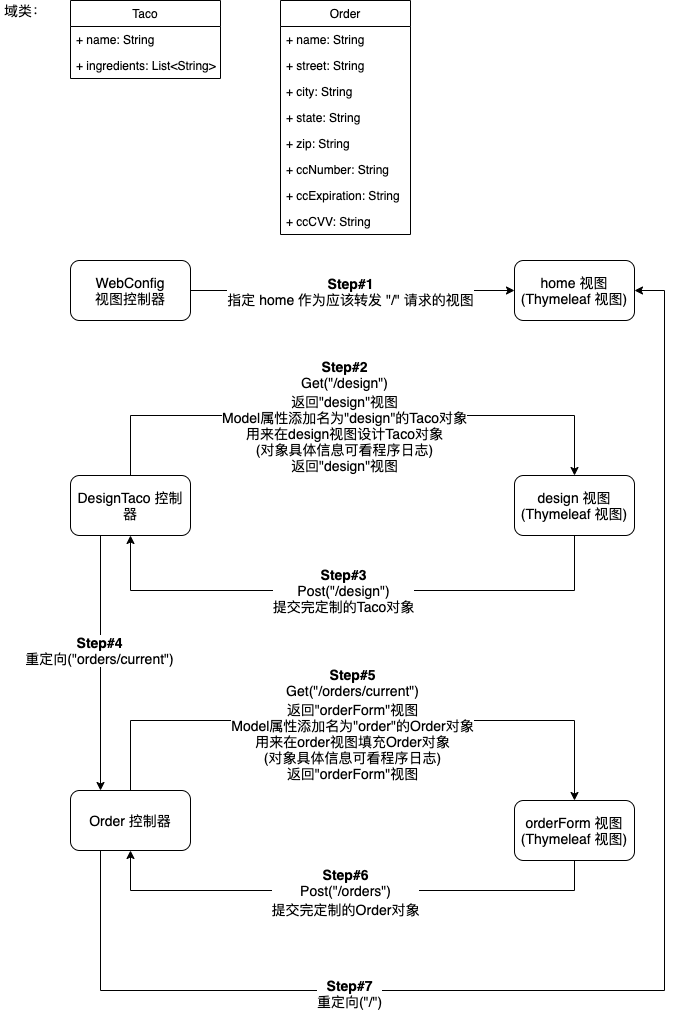
This is pic/flow_chart_v1.png from LilithCoder/taco-cloud, a draw.io export, as it was before one commit. Source tidied: cells renumbered, new cells last; positions are measured from the earlier drawing's top-left corner, leaving out a move shared by most shapes. Its diagram source:
```xml
<mxGraphModel>
  <root>
    <mxCell id="0" />
    <mxCell id="1" parent="0" />
    <mxCell id="2" value="Order" style="swimlane;fontStyle=0;horizontal=1;startSize=26;fillColor=none;" parent="1" vertex="1">
      <mxGeometry x="280" width="130" height="234" as="geometry" />
    </mxCell>
    <mxCell id="3" value="+ name: String" style="text;strokeColor=none;fillColor=none;align=left;verticalAlign=top;spacingLeft=4;spacingRight=4;overflow=hidden;" parent="2" vertex="1">
      <mxGeometry y="26" width="130" height="26" as="geometry" />
    </mxCell>
    <mxCell id="4" value="+ street: String" style="text;strokeColor=none;fillColor=none;align=left;verticalAlign=top;spacingLeft=4;spacingRight=4;overflow=hidden;" parent="2" vertex="1">
      <mxGeometry y="52" width="130" height="26" as="geometry" />
    </mxCell>
    <mxCell id="5" value="+ city: String" style="text;strokeColor=none;fillColor=none;align=left;verticalAlign=top;spacingLeft=4;spacingRight=4;overflow=hidden;" parent="2" vertex="1">
      <mxGeometry y="78" width="130" height="26" as="geometry" />
    </mxCell>
    <mxCell id="6" value="+ state: String" style="text;strokeColor=none;fillColor=none;align=left;verticalAlign=top;spacingLeft=4;spacingRight=4;overflow=hidden;" parent="2" vertex="1">
      <mxGeometry y="104" width="130" height="26" as="geometry" />
    </mxCell>
    <mxCell id="7" value="+ zip: String" style="text;strokeColor=none;fillColor=none;align=left;verticalAlign=top;spacingLeft=4;spacingRight=4;overflow=hidden;" parent="2" vertex="1">
      <mxGeometry y="130" width="130" height="26" as="geometry" />
    </mxCell>
    <mxCell id="8" value="+ ccNumber: String" style="text;strokeColor=none;fillColor=none;align=left;verticalAlign=top;spacingLeft=4;spacingRight=4;overflow=hidden;" parent="2" vertex="1">
      <mxGeometry y="156" width="130" height="26" as="geometry" />
    </mxCell>
    <mxCell id="9" value="+ ccExpiration: String" style="text;strokeColor=none;fillColor=none;align=left;verticalAlign=top;spacingLeft=4;spacingRight=4;overflow=hidden;" parent="2" vertex="1">
      <mxGeometry y="182" width="130" height="26" as="geometry" />
    </mxCell>
    <mxCell id="10" value="+ ccCVV: String" style="text;strokeColor=none;fillColor=none;align=left;verticalAlign=top;spacingLeft=4;spacingRight=4;overflow=hidden;" parent="2" vertex="1">
      <mxGeometry y="208" width="130" height="26" as="geometry" />
    </mxCell>
    <mxCell id="11" value="Taco" style="swimlane;fontStyle=0;horizontal=1;startSize=26;fillColor=none;" parent="1" vertex="1">
      <mxGeometry x="70" width="150" height="78" as="geometry" />
    </mxCell>
    <mxCell id="12" value="+ name: String" style="text;strokeColor=none;fillColor=none;align=left;verticalAlign=top;spacingLeft=4;spacingRight=4;overflow=hidden;" parent="11" vertex="1">
      <mxGeometry y="26" width="150" height="26" as="geometry" />
    </mxCell>
    <mxCell id="13" value="+ ingredients: List&lt;String&gt;" style="text;strokeColor=none;fillColor=none;align=left;verticalAlign=top;spacingLeft=4;spacingRight=4;overflow=hidden;" parent="11" vertex="1">
      <mxGeometry y="52" width="150" height="26" as="geometry" />
    </mxCell>
    <mxCell id="14" value="&lt;font style=&quot;font-size: 14px&quot;&gt;域类：&lt;/font&gt;" style="text;html=1;strokeColor=none;fillColor=none;align=center;verticalAlign=middle;whiteSpace=wrap;rounded=0;" parent="1" vertex="1">
      <mxGeometry width="50" height="20" as="geometry" />
    </mxCell>
    <mxCell id="15" style="edgeStyle=orthogonalEdgeStyle;rounded=0;jettySize=auto;html=1;exitX=1;exitY=0.5;exitDx=0;exitDy=0;entryX=0;entryY=0.5;entryDx=0;entryDy=0;" parent="1" edge="1" source="17" target="18">
      <mxGeometry relative="1" as="geometry" />
    </mxCell>
    <mxCell id="16" value="&lt;font&gt;&lt;b style=&quot;font-size: 14px&quot;&gt;Step#1&lt;/b&gt;&lt;br&gt;&lt;span style=&quot;font-size: 14px&quot;&gt;指定 home 作为应该转发 &quot;/&quot; 请求的视图&lt;/span&gt;&lt;br&gt;&lt;/font&gt;" style="edgeLabel;html=1;align=center;verticalAlign=middle;" parent="15" vertex="1">
      <mxGeometry x="-0.02" y="-1" relative="1" as="geometry">
        <mxPoint y="-1" as="offset" />
      </mxGeometry>
    </mxCell>
    <mxCell id="17" value="&lt;font style=&quot;font-size: 14px&quot;&gt;WebConfig&lt;br&gt;视图控制器&lt;/font&gt;" style="rounded=1;whiteSpace=wrap;html=1;" parent="1" vertex="1">
      <mxGeometry x="70" y="260" width="120" height="60" as="geometry" />
    </mxCell>
    <mxCell id="18" value="&lt;font style=&quot;font-size: 14px&quot;&gt;home 视图&lt;br&gt;(&lt;span&gt;Thymeleaf 视图&lt;/span&gt;)&lt;/font&gt;" style="rounded=1;whiteSpace=wrap;html=1;" parent="1" vertex="1">
      <mxGeometry x="514" y="260" width="120" height="60" as="geometry" />
    </mxCell>
    <mxCell id="19" style="edgeStyle=orthogonalEdgeStyle;rounded=0;jettySize=auto;html=1;exitX=0.5;exitY=0;exitDx=0;exitDy=0;entryX=0.5;entryY=0;entryDx=0;entryDy=0;" parent="1" edge="1" source="23" target="26">
      <mxGeometry relative="1" as="geometry">
        <Array as="points">
          <mxPoint x="130" y="415" />
          <mxPoint x="574" y="415" />
        </Array>
      </mxGeometry>
    </mxCell>
    <mxCell id="20" value="&lt;span style=&quot;font-size: 14px&quot;&gt;&lt;b&gt;Step#2&lt;/b&gt;&lt;br&gt;Get(&quot;/design&quot;)&lt;/span&gt;&lt;br style=&quot;font-size: 14px&quot;&gt;&lt;span style=&quot;font-size: 14px&quot;&gt;返回&quot;design&quot;视图&lt;br&gt;Model属性添加名为&quot;design&quot;的Taco对象&lt;br&gt;用来在design视图设计Taco对象&lt;br&gt;&lt;/span&gt;&lt;span style=&quot;font-size: 14px&quot;&gt;(对象具体信息可看程序日志)&lt;/span&gt;&lt;span style=&quot;font-size: 14px&quot;&gt;&lt;br&gt;&lt;/span&gt;&lt;span style=&quot;font-size: 14px&quot;&gt;返回&quot;design&quot;视图&lt;/span&gt;&lt;span style=&quot;font-size: 14px&quot;&gt;&lt;br&gt;&lt;/span&gt;" style="edgeLabel;html=1;align=center;verticalAlign=middle;" parent="19" vertex="1">
      <mxGeometry x="-0.16" relative="1" as="geometry">
        <mxPoint x="36" as="offset" />
      </mxGeometry>
    </mxCell>
    <mxCell id="21" style="edgeStyle=orthogonalEdgeStyle;rounded=0;jettySize=auto;html=1;exitX=0.25;exitY=1;exitDx=0;exitDy=0;entryX=0.25;entryY=0;entryDx=0;entryDy=0;" parent="1" edge="1" source="23" target="31">
      <mxGeometry relative="1" as="geometry" />
    </mxCell>
    <mxCell id="22" value="&lt;span style=&quot;font-size: 14px&quot;&gt;&lt;b&gt;Step#4&lt;/b&gt;&lt;br&gt;重定向(&quot;orders/current&quot;)&lt;/span&gt;" style="edgeLabel;html=1;align=center;verticalAlign=middle;" parent="21" vertex="1">
      <mxGeometry x="-0.11" y="-2" relative="1" as="geometry" />
    </mxCell>
    <mxCell id="23" value="&lt;font style=&quot;font-size: 14px&quot;&gt;DesignTaco 控制器&lt;/font&gt;" style="rounded=1;whiteSpace=wrap;html=1;" parent="1" vertex="1">
      <mxGeometry x="70" y="475" width="120" height="60" as="geometry" />
    </mxCell>
    <mxCell id="24" style="edgeStyle=orthogonalEdgeStyle;rounded=0;jettySize=auto;html=1;exitX=0.5;exitY=1;exitDx=0;exitDy=0;entryX=0.5;entryY=1;entryDx=0;entryDy=0;" parent="1" edge="1" source="26" target="23">
      <mxGeometry relative="1" as="geometry">
        <Array as="points">
          <mxPoint x="574" y="590" />
          <mxPoint x="130" y="590" />
        </Array>
      </mxGeometry>
    </mxCell>
    <mxCell id="25" value="&lt;font style=&quot;font-size: 14px&quot;&gt;&lt;b&gt;Step#3&lt;/b&gt;&lt;br&gt;Post(&quot;/design&quot;)&lt;br&gt;提交完定制的Taco对象&lt;br&gt;&lt;/font&gt;" style="edgeLabel;html=1;align=center;verticalAlign=middle;" parent="24" vertex="1">
      <mxGeometry x="0.04" y="-1" relative="1" as="geometry" />
    </mxCell>
    <mxCell id="26" value="&lt;font style=&quot;font-size: 14px&quot;&gt;design 视图&lt;br&gt;(&lt;span&gt;Thymeleaf 视图&lt;/span&gt;)&lt;/font&gt;" style="rounded=1;whiteSpace=wrap;html=1;" parent="1" vertex="1">
      <mxGeometry x="514" y="475" width="120" height="60" as="geometry" />
    </mxCell>
    <mxCell id="27" style="edgeStyle=orthogonalEdgeStyle;rounded=0;jettySize=auto;html=1;exitX=0.5;exitY=0;exitDx=0;exitDy=0;entryX=0.5;entryY=0;entryDx=0;entryDy=0;" parent="1" edge="1" source="31" target="34">
      <mxGeometry relative="1" as="geometry">
        <Array as="points">
          <mxPoint x="130" y="720" />
          <mxPoint x="574" y="720" />
        </Array>
      </mxGeometry>
    </mxCell>
    <mxCell id="28" value="&lt;span style=&quot;font-size: 14px&quot;&gt;&lt;b&gt;Step#5&lt;/b&gt;&lt;br&gt;Get(&quot;/orders/current&quot;)&lt;/span&gt;&lt;br style=&quot;font-size: 14px&quot;&gt;&lt;span style=&quot;font-size: 14px&quot;&gt;返回&quot;orderForm&quot;视图&lt;br&gt;Model属性添加名为&quot;order&quot;的Order对象&lt;br&gt;用来在order视图填充Order对象&lt;br&gt;(对象具体信息可看程序日志)&lt;br&gt;&lt;/span&gt;&lt;span style=&quot;font-size: 14px&quot;&gt;返回&quot;orderForm&quot;视图&lt;/span&gt;&lt;span style=&quot;font-size: 14px&quot;&gt;&lt;br&gt;&lt;/span&gt;" style="edgeLabel;html=1;align=center;verticalAlign=middle;" parent="27" vertex="1">
      <mxGeometry x="-0.09" y="-3" relative="1" as="geometry">
        <mxPoint x="22" as="offset" />
      </mxGeometry>
    </mxCell>
    <mxCell id="29" style="edgeStyle=orthogonalEdgeStyle;rounded=0;jettySize=auto;html=1;exitX=0.25;exitY=1;exitDx=0;exitDy=0;entryX=1;entryY=0.5;entryDx=0;entryDy=0;" parent="1" edge="1" source="31" target="18">
      <mxGeometry relative="1" as="geometry">
        <Array as="points">
          <mxPoint x="100" y="990" />
          <mxPoint x="664" y="990" />
          <mxPoint x="664" y="290" />
        </Array>
      </mxGeometry>
    </mxCell>
    <mxCell id="30" value="&lt;span style=&quot;font-size: 14px&quot;&gt;&lt;b&gt;Step#7&lt;/b&gt;&lt;br&gt;重定向(&quot;/&quot;)&lt;br&gt;&lt;/span&gt;" style="edgeLabel;html=1;align=center;verticalAlign=middle;" parent="29" vertex="1">
      <mxGeometry x="-0.34" y="-2" relative="1" as="geometry">
        <mxPoint x="-81.6" as="offset" />
      </mxGeometry>
    </mxCell>
    <mxCell id="31" value="&lt;font style=&quot;font-size: 14px&quot;&gt;Order 控制器&lt;/font&gt;" style="rounded=1;whiteSpace=wrap;html=1;" parent="1" vertex="1">
      <mxGeometry x="70" y="790" width="120" height="60" as="geometry" />
    </mxCell>
    <mxCell id="32" style="edgeStyle=orthogonalEdgeStyle;rounded=0;jettySize=auto;html=1;exitX=0.5;exitY=1;exitDx=0;exitDy=0;entryX=0.5;entryY=1;entryDx=0;entryDy=0;" parent="1" edge="1" source="34" target="31">
      <mxGeometry relative="1" as="geometry">
        <Array as="points">
          <mxPoint x="574" y="890" />
          <mxPoint x="130" y="890" />
        </Array>
      </mxGeometry>
    </mxCell>
    <mxCell id="33" value="&lt;span style=&quot;font-size: 14px&quot;&gt;&lt;b&gt;Step#6&lt;/b&gt;&lt;br&gt;Post(&quot;/orders&quot;)&lt;/span&gt;&lt;br style=&quot;font-size: 14px&quot;&gt;&lt;span style=&quot;font-size: 14px&quot;&gt;提交完定制的Order对象&lt;/span&gt;" style="edgeLabel;html=1;align=center;verticalAlign=middle;" parent="32" vertex="1">
      <mxGeometry x="0.01" y="1" relative="1" as="geometry" />
    </mxCell>
    <mxCell id="34" value="&lt;font style=&quot;font-size: 14px&quot;&gt;orderForm 视图&lt;br&gt;(&lt;span&gt;Thymeleaf 视图&lt;/span&gt;)&lt;/font&gt;" style="rounded=1;whiteSpace=wrap;html=1;" parent="1" vertex="1">
      <mxGeometry x="514" y="800" width="120" height="60" as="geometry" />
    </mxCell>
  </root>
</mxGraphModel>
```
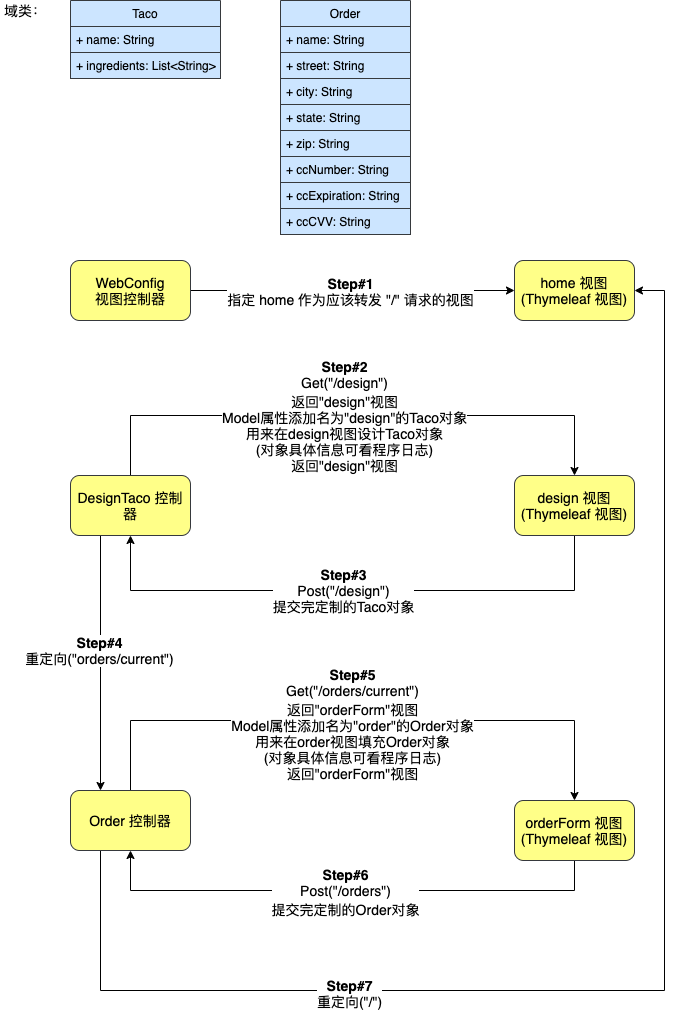
The same file after the commit.

Change to the diagram source:
```diff
@@ -2,40 +2,40 @@
   <root>
     <mxCell id="0" />
     <mxCell id="1" parent="0" />
-    <mxCell id="2" value="Order" style="swimlane;fontStyle=0;horizontal=1;startSize=26;fillColor=none;" parent="1" vertex="1">
+    <mxCell id="2" value="Order" style="swimlane;fontStyle=0;horizontal=1;startSize=26;fillColor=#cce5ff;strokeColor=#36393d;" parent="1" vertex="1">
       <mxGeometry x="280" width="130" height="234" as="geometry" />
     </mxCell>
-    <mxCell id="3" value="+ name: String" style="text;strokeColor=none;fillColor=none;align=left;verticalAlign=top;spacingLeft=4;spacingRight=4;overflow=hidden;" parent="2" vertex="1">
+    <mxCell id="3" value="+ name: String" style="text;strokeColor=#36393d;fillColor=#cce5ff;align=left;verticalAlign=top;spacingLeft=4;spacingRight=4;overflow=hidden;" parent="2" vertex="1">
       <mxGeometry y="26" width="130" height="26" as="geometry" />
     </mxCell>
-    <mxCell id="4" value="+ street: String" style="text;strokeColor=none;fillColor=none;align=left;verticalAlign=top;spacingLeft=4;spacingRight=4;overflow=hidden;" parent="2" vertex="1">
+    <mxCell id="4" value="+ street: String" style="text;strokeColor=#36393d;fillColor=#cce5ff;align=left;verticalAlign=top;spacingLeft=4;spacingRight=4;overflow=hidden;" parent="2" vertex="1">
       <mxGeometry y="52" width="130" height="26" as="geometry" />
     </mxCell>
-    <mxCell id="5" value="+ city: String" style="text;strokeColor=none;fillColor=none;align=left;verticalAlign=top;spacingLeft=4;spacingRight=4;overflow=hidden;" parent="2" vertex="1">
+    <mxCell id="5" value="+ city: String" style="text;strokeColor=#36393d;fillColor=#cce5ff;align=left;verticalAlign=top;spacingLeft=4;spacingRight=4;overflow=hidden;" parent="2" vertex="1">
       <mxGeometry y="78" width="130" height="26" as="geometry" />
     </mxCell>
-    <mxCell id="6" value="+ state: String" style="text;strokeColor=none;fillColor=none;align=left;verticalAlign=top;spacingLeft=4;spacingRight=4;overflow=hidden;" parent="2" vertex="1">
+    <mxCell id="6" value="+ state: String" style="text;strokeColor=#36393d;fillColor=#cce5ff;align=left;verticalAlign=top;spacingLeft=4;spacingRight=4;overflow=hidden;" parent="2" vertex="1">
       <mxGeometry y="104" width="130" height="26" as="geometry" />
     </mxCell>
-    <mxCell id="7" value="+ zip: String" style="text;strokeColor=none;fillColor=none;align=left;verticalAlign=top;spacingLeft=4;spacingRight=4;overflow=hidden;" parent="2" vertex="1">
+    <mxCell id="7" value="+ zip: String" style="text;strokeColor=#36393d;fillColor=#cce5ff;align=left;verticalAlign=top;spacingLeft=4;spacingRight=4;overflow=hidden;" parent="2" vertex="1">
       <mxGeometry y="130" width="130" height="26" as="geometry" />
     </mxCell>
-    <mxCell id="8" value="+ ccNumber: String" style="text;strokeColor=none;fillColor=none;align=left;verticalAlign=top;spacingLeft=4;spacingRight=4;overflow=hidden;" parent="2" vertex="1">
+    <mxCell id="8" value="+ ccNumber: String" style="text;strokeColor=#36393d;fillColor=#cce5ff;align=left;verticalAlign=top;spacingLeft=4;spacingRight=4;overflow=hidden;" parent="2" vertex="1">
       <mxGeometry y="156" width="130" height="26" as="geometry" />
     </mxCell>
-    <mxCell id="9" value="+ ccExpiration: String" style="text;strokeColor=none;fillColor=none;align=left;verticalAlign=top;spacingLeft=4;spacingRight=4;overflow=hidden;" parent="2" vertex="1">
+    <mxCell id="9" value="+ ccExpiration: String" style="text;strokeColor=#36393d;fillColor=#cce5ff;align=left;verticalAlign=top;spacingLeft=4;spacingRight=4;overflow=hidden;" parent="2" vertex="1">
       <mxGeometry y="182" width="130" height="26" as="geometry" />
     </mxCell>
-    <mxCell id="10" value="+ ccCVV: String" style="text;strokeColor=none;fillColor=none;align=left;verticalAlign=top;spacingLeft=4;spacingRight=4;overflow=hidden;" parent="2" vertex="1">
+    <mxCell id="10" value="+ ccCVV: String" style="text;strokeColor=#36393d;fillColor=#cce5ff;align=left;verticalAlign=top;spacingLeft=4;spacingRight=4;overflow=hidden;" parent="2" vertex="1">
       <mxGeometry y="208" width="130" height="26" as="geometry" />
     </mxCell>
-    <mxCell id="11" value="Taco" style="swimlane;fontStyle=0;horizontal=1;startSize=26;fillColor=none;" parent="1" vertex="1">
+    <mxCell id="11" value="Taco" style="swimlane;fontStyle=0;horizontal=1;startSize=26;fillColor=#cce5ff;strokeColor=#36393d;" parent="1" vertex="1">
       <mxGeometry x="70" width="150" height="78" as="geometry" />
     </mxCell>
-    <mxCell id="12" value="+ name: String" style="text;strokeColor=none;fillColor=none;align=left;verticalAlign=top;spacingLeft=4;spacingRight=4;overflow=hidden;" parent="11" vertex="1">
+    <mxCell id="12" value="+ name: String" style="text;strokeColor=#36393d;fillColor=#cce5ff;align=left;verticalAlign=top;spacingLeft=4;spacingRight=4;overflow=hidden;" parent="11" vertex="1">
       <mxGeometry y="26" width="150" height="26" as="geometry" />
     </mxCell>
-    <mxCell id="13" value="+ ingredients: List&lt;String&gt;" style="text;strokeColor=none;fillColor=none;align=left;verticalAlign=top;spacingLeft=4;spacingRight=4;overflow=hidden;" parent="11" vertex="1">
+    <mxCell id="13" value="+ ingredients: List&lt;String&gt;" style="text;strokeColor=#36393d;fillColor=#cce5ff;align=left;verticalAlign=top;spacingLeft=4;spacingRight=4;overflow=hidden;" parent="11" vertex="1">
       <mxGeometry y="52" width="150" height="26" as="geometry" />
     </mxCell>
     <mxCell id="14" value="&lt;font style=&quot;font-size: 14px&quot;&gt;域类：&lt;/font&gt;" style="text;html=1;strokeColor=none;fillColor=none;align=center;verticalAlign=middle;whiteSpace=wrap;rounded=0;" parent="1" vertex="1">
@@ -49,10 +49,10 @@
         <mxPoint y="-1" as="offset" />
       </mxGeometry>
     </mxCell>
-    <mxCell id="17" value="&lt;font style=&quot;font-size: 14px&quot;&gt;WebConfig&lt;br&gt;视图控制器&lt;/font&gt;" style="rounded=1;whiteSpace=wrap;html=1;" parent="1" vertex="1">
+    <mxCell id="17" value="&lt;font style=&quot;font-size: 14px&quot;&gt;WebConfig&lt;br&gt;视图控制器&lt;/font&gt;" style="rounded=1;whiteSpace=wrap;html=1;fillColor=#ffff88;strokeColor=#36393d;" parent="1" vertex="1">
       <mxGeometry x="70" y="260" width="120" height="60" as="geometry" />
     </mxCell>
-    <mxCell id="18" value="&lt;font style=&quot;font-size: 14px&quot;&gt;home 视图&lt;br&gt;(&lt;span&gt;Thymeleaf 视图&lt;/span&gt;)&lt;/font&gt;" style="rounded=1;whiteSpace=wrap;html=1;" parent="1" vertex="1">
+    <mxCell id="18" value="&lt;font style=&quot;font-size: 14px&quot;&gt;home 视图&lt;br&gt;(&lt;span&gt;Thymeleaf 视图&lt;/span&gt;)&lt;/font&gt;" style="rounded=1;whiteSpace=wrap;html=1;fillColor=#ffff88;strokeColor=#36393d;" parent="1" vertex="1">
       <mxGeometry x="514" y="260" width="120" height="60" as="geometry" />
     </mxCell>
     <mxCell id="19" style="edgeStyle=orthogonalEdgeStyle;rounded=0;jettySize=auto;html=1;exitX=0.5;exitY=0;exitDx=0;exitDy=0;entryX=0.5;entryY=0;entryDx=0;entryDy=0;" parent="1" edge="1" source="23" target="26">
@@ -74,7 +74,7 @@
     <mxCell id="22" value="&lt;span style=&quot;font-size: 14px&quot;&gt;&lt;b&gt;Step#4&lt;/b&gt;&lt;br&gt;重定向(&quot;orders/current&quot;)&lt;/span&gt;" style="edgeLabel;html=1;align=center;verticalAlign=middle;" parent="21" vertex="1">
       <mxGeometry x="-0.11" y="-2" relative="1" as="geometry" />
     </mxCell>
-    <mxCell id="23" value="&lt;font style=&quot;font-size: 14px&quot;&gt;DesignTaco 控制器&lt;/font&gt;" style="rounded=1;whiteSpace=wrap;html=1;" parent="1" vertex="1">
+    <mxCell id="23" value="&lt;font style=&quot;font-size: 14px&quot;&gt;DesignTaco 控制器&lt;/font&gt;" style="rounded=1;whiteSpace=wrap;html=1;fillColor=#ffff88;strokeColor=#36393d;" parent="1" vertex="1">
       <mxGeometry x="70" y="475" width="120" height="60" as="geometry" />
     </mxCell>
     <mxCell id="24" style="edgeStyle=orthogonalEdgeStyle;rounded=0;jettySize=auto;html=1;exitX=0.5;exitY=1;exitDx=0;exitDy=0;entryX=0.5;entryY=1;entryDx=0;entryDy=0;" parent="1" edge="1" source="26" target="23">
@@ -88,7 +88,7 @@
     <mxCell id="25" value="&lt;font style=&quot;font-size: 14px&quot;&gt;&lt;b&gt;Step#3&lt;/b&gt;&lt;br&gt;Post(&quot;/design&quot;)&lt;br&gt;提交完定制的Taco对象&lt;br&gt;&lt;/font&gt;" style="edgeLabel;html=1;align=center;verticalAlign=middle;" parent="24" vertex="1">
       <mxGeometry x="0.04" y="-1" relative="1" as="geometry" />
     </mxCell>
-    <mxCell id="26" value="&lt;font style=&quot;font-size: 14px&quot;&gt;design 视图&lt;br&gt;(&lt;span&gt;Thymeleaf 视图&lt;/span&gt;)&lt;/font&gt;" style="rounded=1;whiteSpace=wrap;html=1;" parent="1" vertex="1">
+    <mxCell id="26" value="&lt;font style=&quot;font-size: 14px&quot;&gt;design 视图&lt;br&gt;(&lt;span&gt;Thymeleaf 视图&lt;/span&gt;)&lt;/font&gt;" style="rounded=1;whiteSpace=wrap;html=1;fillColor=#ffff88;strokeColor=#36393d;" parent="1" vertex="1">
       <mxGeometry x="514" y="475" width="120" height="60" as="geometry" />
     </mxCell>
     <mxCell id="27" style="edgeStyle=orthogonalEdgeStyle;rounded=0;jettySize=auto;html=1;exitX=0.5;exitY=0;exitDx=0;exitDy=0;entryX=0.5;entryY=0;entryDx=0;entryDy=0;" parent="1" edge="1" source="31" target="34">
@@ -118,7 +118,7 @@
         <mxPoint x="-81.6" as="offset" />
       </mxGeometry>
     </mxCell>
-    <mxCell id="31" value="&lt;font style=&quot;font-size: 14px&quot;&gt;Order 控制器&lt;/font&gt;" style="rounded=1;whiteSpace=wrap;html=1;" parent="1" vertex="1">
+    <mxCell id="31" value="&lt;font style=&quot;font-size: 14px&quot;&gt;Order 控制器&lt;/font&gt;" style="rounded=1;whiteSpace=wrap;html=1;fillColor=#ffff88;strokeColor=#36393d;" parent="1" vertex="1">
       <mxGeometry x="70" y="790" width="120" height="60" as="geometry" />
     </mxCell>
     <mxCell id="32" style="edgeStyle=orthogonalEdgeStyle;rounded=0;jettySize=auto;html=1;exitX=0.5;exitY=1;exitDx=0;exitDy=0;entryX=0.5;entryY=1;entryDx=0;entryDy=0;" parent="1" edge="1" source="34" target="31">
@@ -132,7 +132,7 @@
     <mxCell id="33" value="&lt;span style=&quot;font-size: 14px&quot;&gt;&lt;b&gt;Step#6&lt;/b&gt;&lt;br&gt;Post(&quot;/orders&quot;)&lt;/span&gt;&lt;br style=&quot;font-size: 14px&quot;&gt;&lt;span style=&quot;font-size: 14px&quot;&gt;提交完定制的Order对象&lt;/span&gt;" style="edgeLabel;html=1;align=center;verticalAlign=middle;" parent="32" vertex="1">
       <mxGeometry x="0.01" y="1" relative="1" as="geometry" />
     </mxCell>
-    <mxCell id="34" value="&lt;font style=&quot;font-size: 14px&quot;&gt;orderForm 视图&lt;br&gt;(&lt;span&gt;Thymeleaf 视图&lt;/span&gt;)&lt;/font&gt;" style="rounded=1;whiteSpace=wrap;html=1;" parent="1" vertex="1">
+    <mxCell id="34" value="&lt;font style=&quot;font-size: 14px&quot;&gt;orderForm 视图&lt;br&gt;(&lt;span&gt;Thymeleaf 视图&lt;/span&gt;)&lt;/font&gt;" style="rounded=1;whiteSpace=wrap;html=1;fillColor=#ffff88;strokeColor=#36393d;" parent="1" vertex="1">
       <mxGeometry x="514" y="800" width="120" height="60" as="geometry" />
     </mxCell>
   </root>
```
